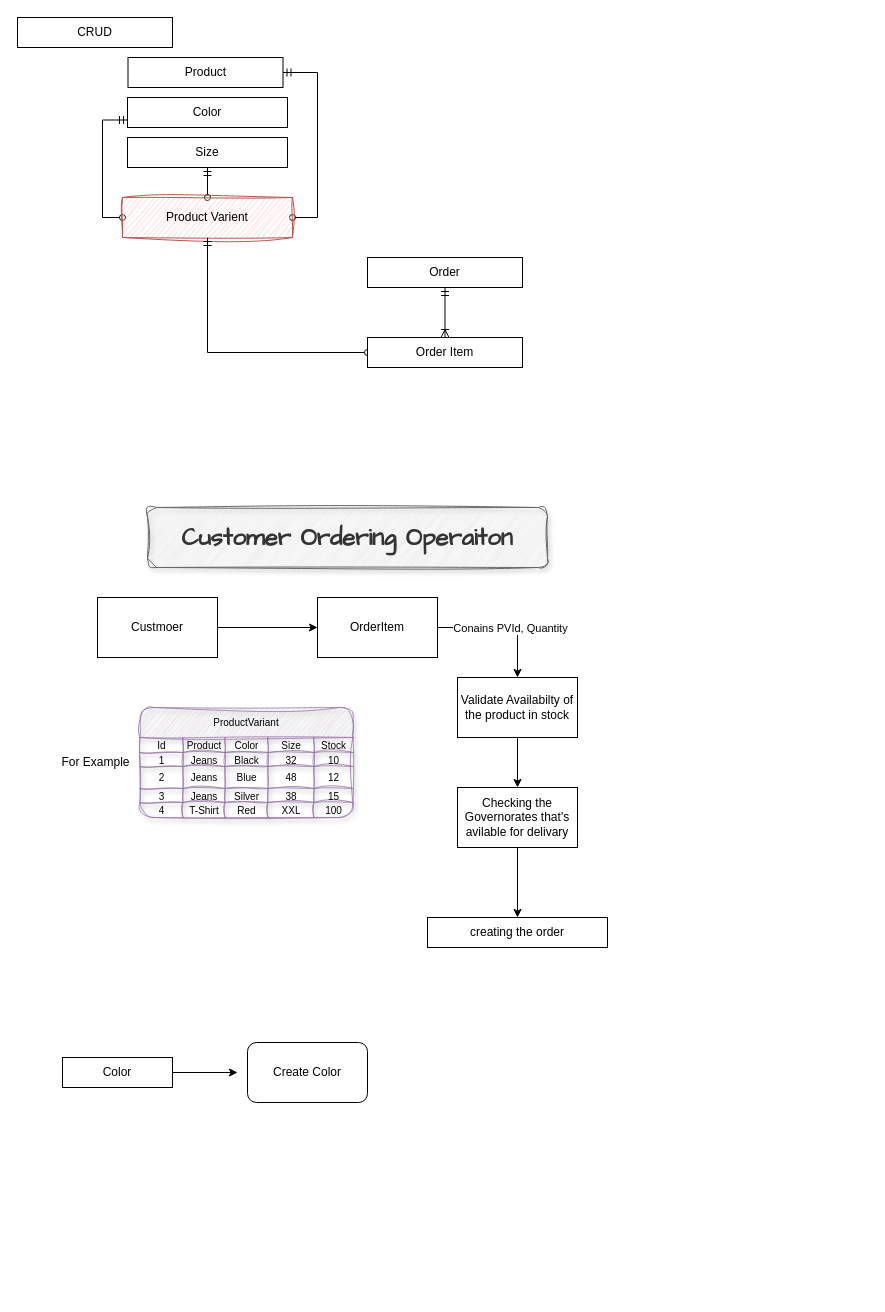
MustaphaAlaa/Kemet keeps this draw.io diagram as page "Features" (4 of 5) of Kemet.drawio. Above is the earlier version. Source tidied: cells renumbered, new cells numbered last; positions are measured from the earlier drawing's top-left corner, leaving out a move shared by most shapes. Both pictures are drawn from the tidied source at 100%, with x=0, y=0 at pixel (17, 17).
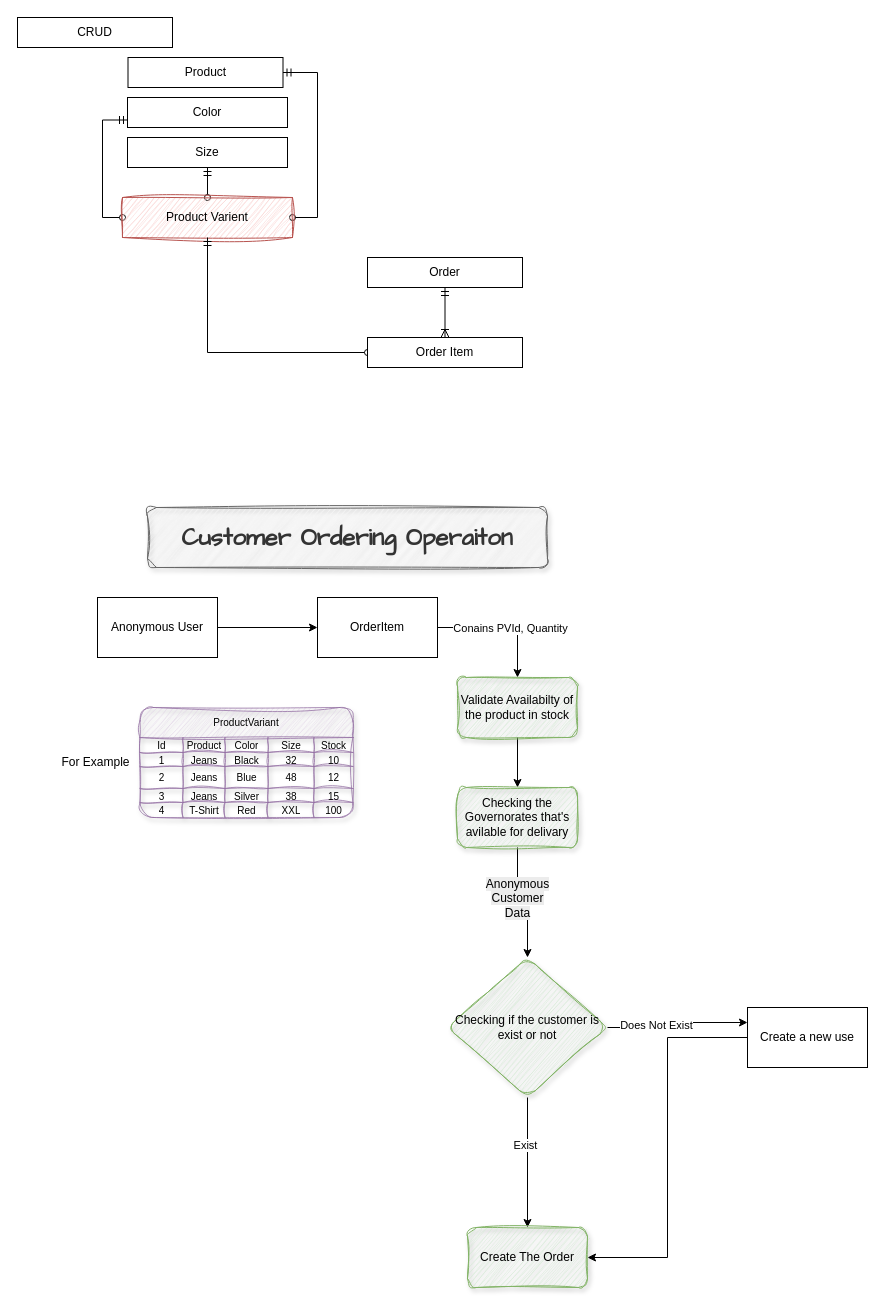
Above is the later version.

The edit, as a diff of the source:
```diff
@@
-    <mxCell id="15" value="Custmoer" style="rounded=0;whiteSpace=wrap;html=1;" parent="1" vertex="1">
+    <mxCell id="15" value="Anonymous User" style="rounded=0;whiteSpace=wrap;html=1;" parent="1" vertex="1">
       <mxGeometry x="80" y="580" width="120" height="60" as="geometry" />
     </mxCell>
@@
-    <mxCell id="52" value="Validate Availabilty of the product in stock" style="rounded=0;whiteSpace=wrap;html=1;" parent="1" vertex="1">
+    <mxCell id="52" value="Validate Availabilty of the product in stock" style="rounded=1;whiteSpace=wrap;html=1;fillColor=#d5e8d4;strokeColor=#82b366;sketch=1;curveFitting=1;jiggle=2;shadow=1;" parent="1" vertex="1">
       <mxGeometry x="440" y="660" width="120" height="60" as="geometry" />
     </mxCell>
-    <mxCell id="53" style="edgeStyle=orthogonalEdgeStyle;rounded=0;jettySize=auto;html=1;" parent="1" edge="1" source="54" target="56">
-      <mxGeometry relative="1" as="geometry" />
-    </mxCell>
+    <mxCell id="60" style="edgeStyle=orthogonalEdgeStyle;rounded=0;jettySize=auto;html=1;" parent="1" edge="1" source="54" target="66">
+      <mxGeometry relative="1" as="geometry" />
+    </mxCell>
+    <mxCell id="61" value="&lt;span style=&quot;font-size: 12px; text-wrap-mode: wrap; background-color: rgb(236, 236, 236);&quot;&gt;Anonymous Customer Data&lt;/span&gt;" style="edgeLabel;html=1;align=center;verticalAlign=middle;" parent="60" vertex="1">
+      <mxGeometry x="-0.17" y="-1" relative="1" as="geometry" />
+    </mxCell>
-    <mxCell id="54" value="Checking the Governorates that's avilable for delivary" style="rounded=0;whiteSpace=wrap;html=1;" parent="1" vertex="1">
+    <mxCell id="54" value="Checking the Governorates that's avilable for delivary" style="rounded=1;whiteSpace=wrap;html=1;fillColor=#d5e8d4;strokeColor=#82b366;sketch=1;curveFitting=1;jiggle=2;shadow=1;" parent="1" vertex="1">
       <mxGeometry x="440" y="770" width="120" height="60" as="geometry" />
     </mxCell>
@@
-    <mxCell id="56" value="creating the order" style="whiteSpace=wrap;html=1;rounded=0;" parent="1" vertex="1">
-      <mxGeometry x="410" y="900" width="180" height="30" as="geometry" />
-    </mxCell>
-    <mxCell id="57" style="edgeStyle=orthogonalEdgeStyle;rounded=0;jettySize=auto;html=1;" parent="1" edge="1" source="58">
-      <mxGeometry relative="1" as="geometry">
-        <mxPoint x="220" y="1055" as="targetPoint" />
-      </mxGeometry>
-    </mxCell>
-    <mxCell id="58" value="Color" style="rounded=0;whiteSpace=wrap;html=1;" parent="1" vertex="1">
-      <mxGeometry x="45" y="1040" width="110" height="30" as="geometry" />
-    </mxCell>
-    <mxCell id="59" value="Create Color" style="rounded=1;whiteSpace=wrap;html=1;" parent="1" vertex="1">
-      <mxGeometry x="230" y="1025" width="120" height="60" as="geometry" />
-    </mxCell>
+    <mxCell id="62" style="edgeStyle=orthogonalEdgeStyle;rounded=0;jettySize=auto;html=1;entryX=0;entryY=0.25;entryDx=0;entryDy=0;" parent="1" edge="1" source="66" target="69">
+      <mxGeometry relative="1" as="geometry" />
+    </mxCell>
+    <mxCell id="63" value="Does Not Exist" style="edgeLabel;html=1;align=center;verticalAlign=middle;" parent="62" vertex="1">
+      <mxGeometry x="-0.34" y="3" relative="1" as="geometry" />
+    </mxCell>
+    <mxCell id="64" style="edgeStyle=orthogonalEdgeStyle;rounded=0;jettySize=auto;html=1;" parent="1" edge="1" source="66" target="67">
+      <mxGeometry relative="1" as="geometry" />
+    </mxCell>
+    <mxCell id="65" value="Exist" style="edgeLabel;html=1;align=center;verticalAlign=middle;" parent="64" vertex="1">
+      <mxGeometry x="-0.28" y="-3" relative="1" as="geometry" />
+    </mxCell>
+    <mxCell id="66" value="Checking if the customer is exist or not" style="rhombus;whiteSpace=wrap;html=1;fillColor=#d5e8d4;strokeColor=#82b366;rounded=1;sketch=1;curveFitting=1;jiggle=2;shadow=1;" parent="1" vertex="1">
+      <mxGeometry x="430" y="940" width="160" height="140" as="geometry" />
+    </mxCell>
+    <mxCell id="67" value="Create The Order" style="whiteSpace=wrap;html=1;fillColor=#d5e8d4;strokeColor=#82b366;rounded=1;sketch=1;curveFitting=1;jiggle=2;shadow=1;" parent="1" vertex="1">
+      <mxGeometry x="450" y="1210" width="120" height="60" as="geometry" />
+    </mxCell>
+    <mxCell id="68" style="edgeStyle=orthogonalEdgeStyle;rounded=0;jettySize=auto;html=1;entryX=1;entryY=0.5;entryDx=0;entryDy=0;" parent="1" edge="1" source="69" target="67">
+      <mxGeometry relative="1" as="geometry" />
+    </mxCell>
+    <mxCell id="69" value="Create a new use" style="whiteSpace=wrap;html=1;" parent="1" vertex="1">
+      <mxGeometry x="730" y="990" width="120" height="60" as="geometry" />
+    </mxCell>
```
